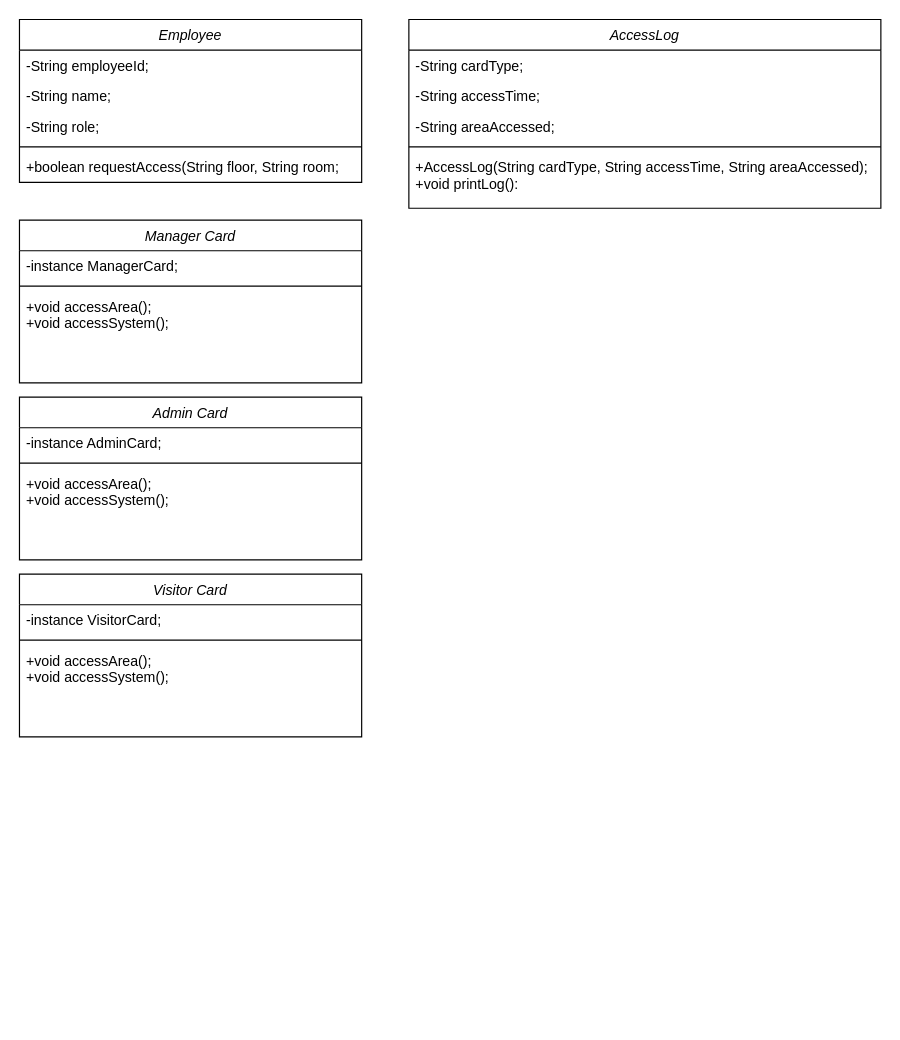
Earlier version of the draw.io diagram Untitled Diagram.drawio (pin-nattharin/DII-GEN6-CompoundSEC). Source tidied: cells renumbered, new cells numbered last; positions are measured from the earlier drawing's top-left corner, leaving out a move shared by most shapes. Both pictures are drawn from the tidied source at 118%, with x=0, y=0 at pixel (19, 19).
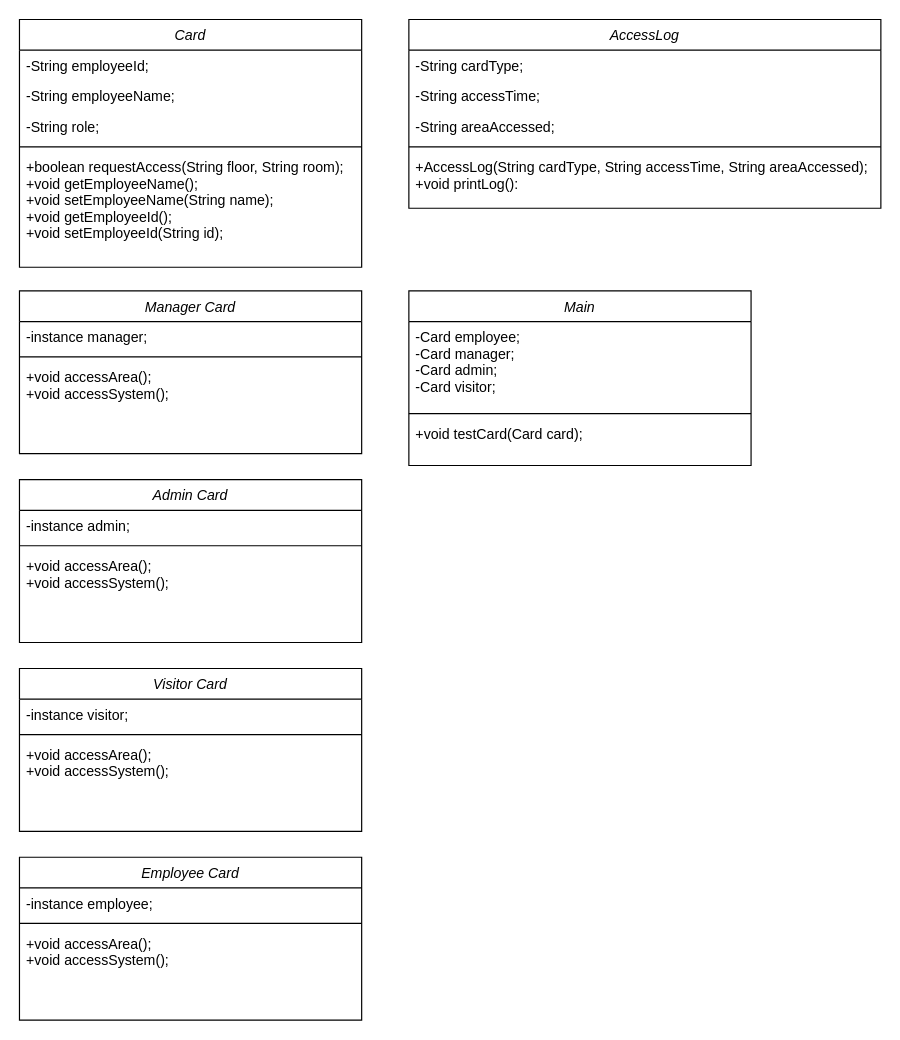
The same diagram, later.

The edit, as a diff of the source:
```diff
@@
-    <mxCell id="2" value="Employee" style="swimlane;fontStyle=2;align=center;verticalAlign=top;horizontal=1;startSize=26;rounded=0;shadow=0;strokeWidth=1;" parent="1" vertex="1">
-      <mxGeometry width="290" height="138" as="geometry" />
+    <mxCell id="2" value="Card" style="swimlane;fontStyle=2;align=center;verticalAlign=top;horizontal=1;startSize=26;rounded=0;shadow=0;strokeWidth=1;" parent="1" vertex="1">
+      <mxGeometry width="290" height="210" as="geometry" />
     </mxCell>
@@
-    <mxCell id="4" value="-String name;" style="text;align=left;verticalAlign=top;spacingLeft=4;spacingRight=4;overflow=hidden;rounded=0;shadow=0;html=0;" parent="2" vertex="1">
+    <mxCell id="4" value="-String employeeName;" style="text;align=left;verticalAlign=top;spacingLeft=4;spacingRight=4;overflow=hidden;rounded=0;shadow=0;html=0;" parent="2" vertex="1">
       <mxGeometry y="52" width="290" height="26" as="geometry" />
     </mxCell>
@@
-    <mxCell id="7" value="+boolean requestAccess(String floor, String room;" style="text;align=left;verticalAlign=top;spacingLeft=4;spacingRight=4;overflow=hidden;" parent="2" vertex="1">
-      <mxGeometry y="112" width="290" height="26" as="geometry" />
+    <mxCell id="7" value="+boolean requestAccess(String floor, String room);&#10;+void getEmployeeName();&#10;+void setEmployeeName(String name);&#10;+void getEmployeeId();&#10;+void setEmployeeId(String id);" style="text;align=left;verticalAlign=top;spacingLeft=4;spacingRight=4;overflow=hidden;" parent="2" vertex="1">
+      <mxGeometry y="112" width="290" height="98" as="geometry" />
     </mxCell>
     <mxCell id="8" value="Manager Card" style="swimlane;fontStyle=2;align=center;verticalAlign=top;horizontal=1;startSize=26;rounded=0;shadow=0;strokeWidth=1;" parent="1" vertex="1">
-      <mxGeometry y="170" width="290" height="138" as="geometry" />
+      <mxGeometry y="230" width="290" height="138" as="geometry" />
     </mxCell>
-    <mxCell id="9" value="-instance ManagerCard;" style="text;align=left;verticalAlign=top;spacingLeft=4;spacingRight=4;overflow=hidden;" parent="8" vertex="1">
+    <mxCell id="9" value="-instance manager;" style="text;align=left;verticalAlign=top;spacingLeft=4;spacingRight=4;overflow=hidden;" parent="8" vertex="1">
       <mxGeometry y="26" width="290" height="26" as="geometry" />
     </mxCell>
@@
     <mxCell id="12" value="Admin Card" style="swimlane;fontStyle=2;align=center;verticalAlign=top;horizontal=1;startSize=26;rounded=0;shadow=0;strokeWidth=1;" parent="1" vertex="1">
-      <mxGeometry y="320" width="290" height="138" as="geometry" />
+      <mxGeometry y="390" width="290" height="138" as="geometry" />
     </mxCell>
-    <mxCell id="13" value="-instance AdminCard;" style="text;align=left;verticalAlign=top;spacingLeft=4;spacingRight=4;overflow=hidden;" parent="12" vertex="1">
+    <mxCell id="13" value="-instance admin;" style="text;align=left;verticalAlign=top;spacingLeft=4;spacingRight=4;overflow=hidden;" parent="12" vertex="1">
       <mxGeometry y="26" width="290" height="26" as="geometry" />
     </mxCell>
@@
     <mxCell id="16" value="Visitor Card" style="swimlane;fontStyle=2;align=center;verticalAlign=top;horizontal=1;startSize=26;rounded=0;shadow=0;strokeWidth=1;" parent="1" vertex="1">
-      <mxGeometry y="470" width="290" height="138" as="geometry" />
+      <mxGeometry y="550" width="290" height="138" as="geometry" />
     </mxCell>
-    <mxCell id="17" value="-instance VisitorCard;" style="text;align=left;verticalAlign=top;spacingLeft=4;spacingRight=4;overflow=hidden;" parent="16" vertex="1">
+    <mxCell id="17" value="-instance visitor;" style="text;align=left;verticalAlign=top;spacingLeft=4;spacingRight=4;overflow=hidden;" parent="16" vertex="1">
       <mxGeometry y="26" width="290" height="26" as="geometry" />
     </mxCell>
@@
+    <mxCell id="26" value="Employee Card" style="swimlane;fontStyle=2;align=center;verticalAlign=top;horizontal=1;startSize=26;rounded=0;shadow=0;strokeWidth=1;" parent="1" vertex="1">
+      <mxGeometry y="710" width="290" height="138" as="geometry" />
+    </mxCell>
+    <mxCell id="27" value="-instance employee;" style="text;align=left;verticalAlign=top;spacingLeft=4;spacingRight=4;overflow=hidden;" parent="26" vertex="1">
+      <mxGeometry y="26" width="290" height="26" as="geometry" />
+    </mxCell>
+    <mxCell id="28" style="line;html=1;strokeWidth=1;align=left;verticalAlign=middle;spacingTop=-1;spacingLeft=3;spacingRight=3;labelPosition=right;" parent="26" vertex="1">
+      <mxGeometry y="52" width="290" height="8" as="geometry" />
+    </mxCell>
+    <mxCell id="29" value="+void accessArea();&#10;+void accessSystem();" style="text;align=left;verticalAlign=top;spacingLeft=4;spacingRight=4;overflow=hidden;" parent="26" vertex="1">
+      <mxGeometry y="60" width="290" height="40" as="geometry" />
+    </mxCell>
+    <mxCell id="30" value="Main" style="swimlane;fontStyle=2;align=center;verticalAlign=top;horizontal=1;startSize=26;rounded=0;shadow=0;strokeWidth=1;" parent="1" vertex="1">
+      <mxGeometry x="330" y="230" width="290" height="148" as="geometry" />
+    </mxCell>
+    <mxCell id="31" value="-Card employee;&#10;-Card manager;&#10;-Card admin;&#10;-Card visitor;" style="text;align=left;verticalAlign=top;spacingLeft=4;spacingRight=4;overflow=hidden;" parent="30" vertex="1">
+      <mxGeometry y="26" width="290" height="74" as="geometry" />
+    </mxCell>
+    <mxCell id="32" style="line;html=1;strokeWidth=1;align=left;verticalAlign=middle;spacingTop=-1;spacingLeft=3;spacingRight=3;labelPosition=right;" parent="30" vertex="1">
+      <mxGeometry y="100" width="290" height="8" as="geometry" />
+    </mxCell>
+    <mxCell id="33" value="+void testCard(Card card);" style="text;align=left;verticalAlign=top;spacingLeft=4;spacingRight=4;overflow=hidden;" parent="30" vertex="1">
+      <mxGeometry y="108" width="290" height="40" as="geometry" />
+    </mxCell>
```
